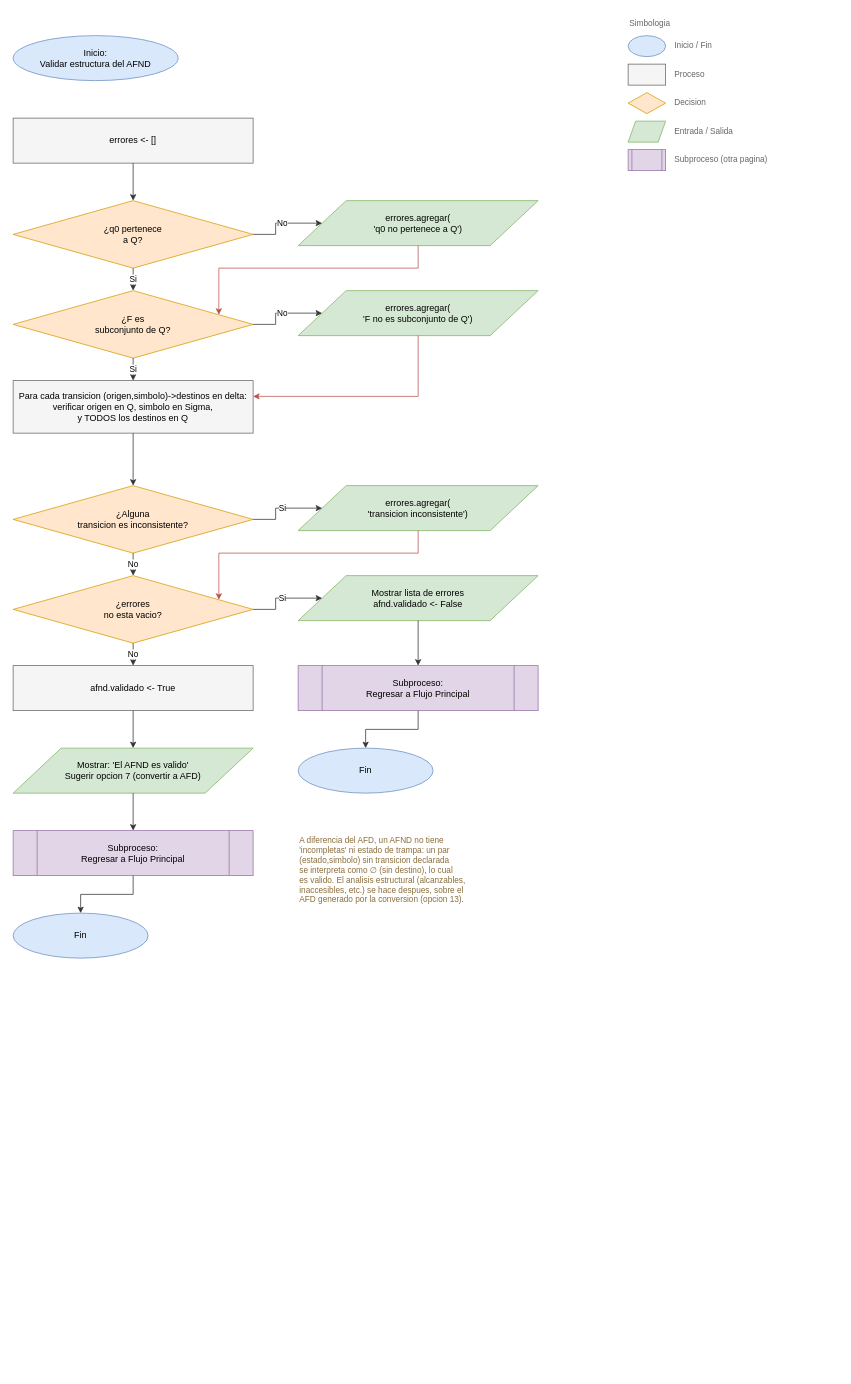
The draw.io diagram Proyecto 2/Documentacion/diagramas/6_Validar_estructura_del_AFND.drawio in rodruiz03/Proyecto_LFA, before the edit. Source tidied: cells renumbered, new cells numbered last; positions are measured from the earlier drawing's top-left corner, leaving out a move shared by most shapes. Both pictures are drawn from the tidied source at 75%, with x=0, y=0 at pixel (13, 13).
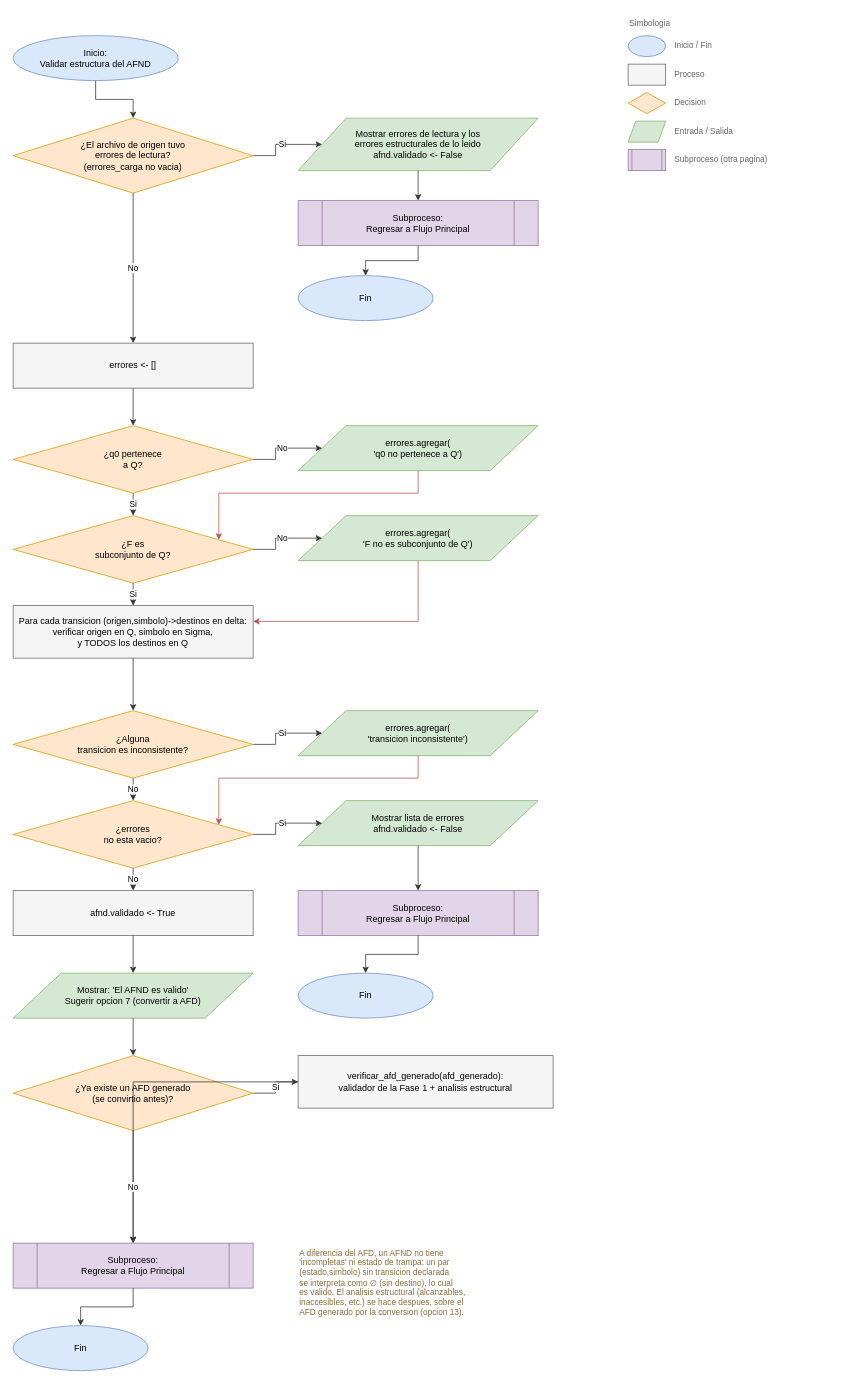
The same diagram, later.

The change refers to these unchanged cells:
```xml
<mxCell id="2" value="Inicio:&#10;Validar estructura del AFND" style="ellipse;whiteSpace=wrap;html=1;fillColor=#dae8fc;strokeColor=#6c8ebf;fontSize=12;" parent="1" vertex="1">
  <mxGeometry y="30" width="220" height="60" as="geometry" />
</mxCell>
```

Change to the diagram source:
```diff
@@
     <mxCell id="3" value="errores &lt;- []" style="rounded=0;whiteSpace=wrap;html=1;fillColor=#f5f5f5;strokeColor=#666666;fontSize=12;align=center;" parent="1" vertex="1">
-      <mxGeometry y="140" width="320" height="60" as="geometry" />
+      <mxGeometry y="440" width="320" height="60" as="geometry" />
     </mxCell>
     <mxCell id="4" value="¿q0 pertenece&#10;a Q?" style="rhombus;whiteSpace=wrap;html=1;fillColor=#ffe6cc;strokeColor=#d79b00;fontSize=12;align=center;" parent="1" vertex="1">
-      <mxGeometry y="250" width="320" height="90" as="geometry" />
+      <mxGeometry y="550" width="320" height="90" as="geometry" />
     </mxCell>
@@
     <mxCell id="6" value="errores.agregar(&#10;'q0 no pertenece a Q')" style="shape=parallelogram;perimeter=parallelogramPerimeter;whiteSpace=wrap;html=1;fillColor=#d5e8d4;strokeColor=#82b366;fontSize=12;align=center;" parent="1" vertex="1">
-      <mxGeometry x="380" y="250" width="320" height="60" as="geometry" />
+      <mxGeometry x="380" y="550" width="320" height="60" as="geometry" />
     </mxCell>
@@
     <mxCell id="8" value="¿F es&#10;subconjunto de Q?" style="rhombus;whiteSpace=wrap;html=1;fillColor=#ffe6cc;strokeColor=#d79b00;fontSize=12;align=center;" parent="1" vertex="1">
-      <mxGeometry y="370" width="320" height="90" as="geometry" />
+      <mxGeometry y="670" width="320" height="90" as="geometry" />
     </mxCell>
@@
     <mxCell id="11" value="errores.agregar(&#10;'F no es subconjunto de Q')" style="shape=parallelogram;perimeter=parallelogramPerimeter;whiteSpace=wrap;html=1;fillColor=#d5e8d4;strokeColor=#82b366;fontSize=12;align=center;" parent="1" vertex="1">
-      <mxGeometry x="380" y="370" width="320" height="60" as="geometry" />
+      <mxGeometry x="380" y="670" width="320" height="60" as="geometry" />
     </mxCell>
@@
     <mxCell id="13" value="Para cada transicion (origen,simbolo)-&gt;destinos en delta:&#10;verificar origen en Q, simbolo en Sigma,&#10;y TODOS los destinos en Q" style="rounded=0;whiteSpace=wrap;html=1;fillColor=#f5f5f5;strokeColor=#666666;fontSize=12;align=center;" parent="1" vertex="1">
-      <mxGeometry y="490" width="320" height="70" as="geometry" />
+      <mxGeometry y="790" width="320" height="70" as="geometry" />
     </mxCell>
@@
     <mxCell id="16" value="¿Alguna&#10;transicion es inconsistente?" style="rhombus;whiteSpace=wrap;html=1;fillColor=#ffe6cc;strokeColor=#d79b00;fontSize=12;align=center;" parent="1" vertex="1">
-      <mxGeometry y="630" width="320" height="90" as="geometry" />
+      <mxGeometry y="930" width="320" height="90" as="geometry" />
     </mxCell>
@@
     <mxCell id="18" value="errores.agregar(&#10;'transicion inconsistente')" style="shape=parallelogram;perimeter=parallelogramPerimeter;whiteSpace=wrap;html=1;fillColor=#d5e8d4;strokeColor=#82b366;fontSize=12;align=center;" parent="1" vertex="1">
-      <mxGeometry x="380" y="630" width="320" height="60" as="geometry" />
+      <mxGeometry x="380" y="930" width="320" height="60" as="geometry" />
     </mxCell>
@@
     <mxCell id="20" value="¿errores&#10;no esta vacio?" style="rhombus;whiteSpace=wrap;html=1;fillColor=#ffe6cc;strokeColor=#d79b00;fontSize=12;align=center;" parent="1" vertex="1">
-      <mxGeometry y="750" width="320" height="90" as="geometry" />
+      <mxGeometry y="1050" width="320" height="90" as="geometry" />
     </mxCell>
@@
     <mxCell id="23" value="Mostrar lista de errores&#10;afnd.validado &lt;- False" style="shape=parallelogram;perimeter=parallelogramPerimeter;whiteSpace=wrap;html=1;fillColor=#d5e8d4;strokeColor=#82b366;fontSize=12;align=center;" parent="1" vertex="1">
-      <mxGeometry x="380" y="750" width="320" height="60" as="geometry" />
+      <mxGeometry x="380" y="1050" width="320" height="60" as="geometry" />
     </mxCell>
@@
     <mxCell id="25" value="Subproceso:&#10;Regresar a Flujo Principal" style="shape=process;whiteSpace=wrap;html=1;fillColor=#e1d5e7;strokeColor=#9673a6;fontSize=12;align=center;" parent="1" vertex="1">
-      <mxGeometry x="380" y="870" width="320" height="60" as="geometry" />
+      <mxGeometry x="380" y="1170" width="320" height="60" as="geometry" />
     </mxCell>
@@
     <mxCell id="27" value="Fin" style="ellipse;whiteSpace=wrap;html=1;fillColor=#dae8fc;strokeColor=#6c8ebf;fontSize=12;" parent="1" vertex="1">
-      <mxGeometry x="380" y="980" width="180" height="60" as="geometry" />
+      <mxGeometry x="380" y="1280" width="180" height="60" as="geometry" />
     </mxCell>
@@
     <mxCell id="29" value="afnd.validado &lt;- True" style="rounded=0;whiteSpace=wrap;html=1;fillColor=#f5f5f5;strokeColor=#666666;fontSize=12;align=center;" parent="1" vertex="1">
-      <mxGeometry y="870" width="320" height="60" as="geometry" />
+      <mxGeometry y="1170" width="320" height="60" as="geometry" />
     </mxCell>
@@
     <mxCell id="31" value="Mostrar: 'El AFND es valido'&#10;Sugerir opcion 7 (convertir a AFD)" style="shape=parallelogram;perimeter=parallelogramPerimeter;whiteSpace=wrap;html=1;fillColor=#d5e8d4;strokeColor=#82b366;fontSize=12;align=center;" parent="1" vertex="1">
-      <mxGeometry y="980" width="320" height="60" as="geometry" />
+      <mxGeometry y="1280" width="320" height="60" as="geometry" />
     </mxCell>
@@
     <mxCell id="33" value="Subproceso:&#10;Regresar a Flujo Principal" style="shape=process;whiteSpace=wrap;html=1;fillColor=#e1d5e7;strokeColor=#9673a6;fontSize=12;align=center;" parent="1" vertex="1">
-      <mxGeometry y="1090" width="320" height="60" as="geometry" />
+      <mxGeometry y="1640" width="320" height="60" as="geometry" />
     </mxCell>
-    <mxCell id="34" style="edgeStyle=orthogonalEdgeStyle;rounded=0;html=1;jettySize=auto;strokeColor=#333333;fontSize=11;" parent="1" edge="1" source="31" target="33">
+    <mxCell id="34" style="edgeStyle=orthogonalEdgeStyle;rounded=0;html=1;jettySize=auto;strokeColor=#333333;fontSize=11;" parent="1" edge="1" source="31" target="58">
       <mxGeometry relative="1" as="geometry" />
     </mxCell>
     <mxCell id="35" value="Fin" style="ellipse;whiteSpace=wrap;html=1;fillColor=#dae8fc;strokeColor=#6c8ebf;fontSize=12;" parent="1" vertex="1">
-      <mxGeometry y="1200" width="180" height="60" as="geometry" />
+      <mxGeometry y="1750" width="180" height="60" as="geometry" />
     </mxCell>
@@
     <mxCell id="37" value="A diferencia del AFD, un AFND no tiene&#10;'incompletas' ni estado de trampa: un par&#10;(estado,simbolo) sin transicion declarada&#10;se interpreta como ∅ (sin destino), lo cual&#10;es valido. El analisis estructural (alcanzables,&#10;inaccesibles, etc.) se hace despues, sobre el&#10;AFD generado por la conversion (opcion 13)." style="text;html=1;align=left;verticalAlign=top;fontSize=11;fontColor=#8a6d3b;whiteSpace=wrap;" parent="1" vertex="1">
-      <mxGeometry x="380" y="1090" width="380" height="150" as="geometry" />
+      <mxGeometry x="380" y="1640" width="380" height="150" as="geometry" />
     </mxCell>
@@
+    <mxCell id="49" value="¿El archivo de origen tuvo&#10;errores de lectura?&#10;(errores_carga no vacia)" style="rhombus;whiteSpace=wrap;html=1;fillColor=#ffe6cc;strokeColor=#d79b00;fontSize=12;align=center;" parent="1" vertex="1">
+      <mxGeometry y="140" width="320" height="100" as="geometry" />
+    </mxCell>
+    <mxCell id="50" value="Mostrar errores de lectura y los&#10;errores estructurales de lo leido&#10;afnd.validado &lt;- False" style="shape=parallelogram;perimeter=parallelogramPerimeter;whiteSpace=wrap;html=1;fillColor=#d5e8d4;strokeColor=#82b366;fontSize=12;align=center;" parent="1" vertex="1">
+      <mxGeometry x="380" y="140" width="320" height="70" as="geometry" />
+    </mxCell>
+    <mxCell id="51" value="Subproceso:&#10;Regresar a Flujo Principal" style="shape=process;whiteSpace=wrap;html=1;fillColor=#e1d5e7;strokeColor=#9673a6;fontSize=12;align=center;" parent="1" vertex="1">
+      <mxGeometry x="380" y="250" width="320" height="60" as="geometry" />
+    </mxCell>
+    <mxCell id="52" value="Fin" style="ellipse;whiteSpace=wrap;html=1;fillColor=#dae8fc;strokeColor=#6c8ebf;fontSize=12;" parent="1" vertex="1">
+      <mxGeometry x="380" y="350" width="180" height="60" as="geometry" />
+    </mxCell>
+    <mxCell id="53" style="edgeStyle=orthogonalEdgeStyle;rounded=0;html=1;jettySize=auto;strokeColor=#333333;fontSize=11;" parent="1" edge="1" source="2" target="49">
+      <mxGeometry relative="1" as="geometry" />
+    </mxCell>
+    <mxCell id="54" value="Si" style="edgeStyle=orthogonalEdgeStyle;rounded=0;html=1;jettySize=auto;strokeColor=#333333;fontSize=11;" parent="1" edge="1" source="49" target="50">
+      <mxGeometry relative="1" as="geometry" />
+    </mxCell>
+    <mxCell id="55" style="edgeStyle=orthogonalEdgeStyle;rounded=0;html=1;jettySize=auto;strokeColor=#333333;fontSize=11;" parent="1" edge="1" source="50" target="51">
+      <mxGeometry relative="1" as="geometry" />
+    </mxCell>
+    <mxCell id="56" style="edgeStyle=orthogonalEdgeStyle;rounded=0;html=1;jettySize=auto;strokeColor=#333333;fontSize=11;" parent="1" edge="1" source="51" target="52">
+      <mxGeometry relative="1" as="geometry" />
+    </mxCell>
+    <mxCell id="57" value="No" style="edgeStyle=orthogonalEdgeStyle;rounded=0;html=1;jettySize=auto;strokeColor=#333333;fontSize=11;" parent="1" edge="1" source="49" target="3">
+      <mxGeometry relative="1" as="geometry" />
+    </mxCell>
+    <mxCell id="58" value="¿Ya existe un AFD generado&#10;(se convirtio antes)?" style="rhombus;whiteSpace=wrap;html=1;fillColor=#ffe6cc;strokeColor=#d79b00;fontSize=12;align=center;" parent="1" vertex="1">
+      <mxGeometry y="1390" width="320" height="100" as="geometry" />
+    </mxCell>
+    <mxCell id="59" value="verificar_afd_generado(afd_generado):&#10;validador de la Fase 1 + analisis estructural" style="rounded=0;whiteSpace=wrap;html=1;fillColor=#f5f5f5;strokeColor=#666666;fontSize=12;align=center;" parent="1" vertex="1">
+      <mxGeometry x="380" y="1390" width="340" height="70" as="geometry" />
+    </mxCell>
+    <mxCell id="60" value="Si" style="edgeStyle=orthogonalEdgeStyle;rounded=0;html=1;jettySize=auto;strokeColor=#333333;fontSize=11;" parent="1" edge="1" source="58" target="59">
+      <mxGeometry relative="1" as="geometry" />
+    </mxCell>
+    <mxCell id="61" style="edgeStyle=orthogonalEdgeStyle;rounded=0;html=1;jettySize=auto;strokeColor=#333333;fontSize=11;" parent="1" edge="1" source="59" target="33">
+      <mxGeometry relative="1" as="geometry" />
+    </mxCell>
+    <mxCell id="62" value="No" style="edgeStyle=orthogonalEdgeStyle;rounded=0;html=1;jettySize=auto;strokeColor=#333333;fontSize=11;" parent="1" edge="1" source="58" target="33">
+      <mxGeometry relative="1" as="geometry" />
+    </mxCell>
```
